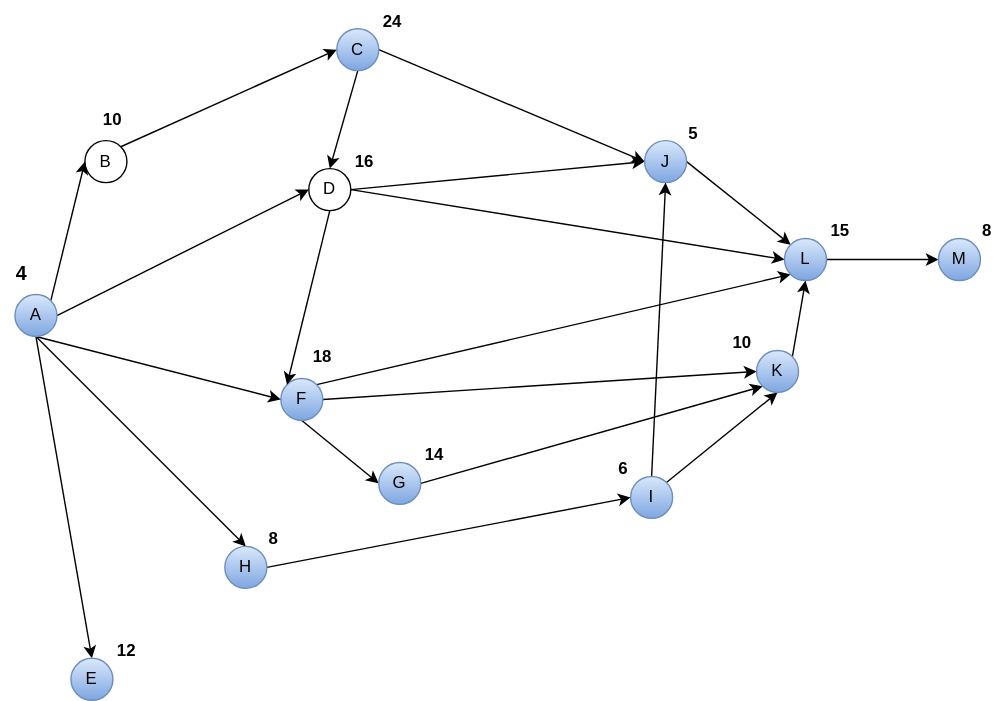
Earlier version of the draw.io export docs/pert-diagram.drawio.svg (Dominik-Bedekovic/fraud-detection-intelligence-system). Source tidied: cells renumbered, new cells last; positions are measured from the earlier drawing's top-left corner, leaving out a move shared by most shapes.
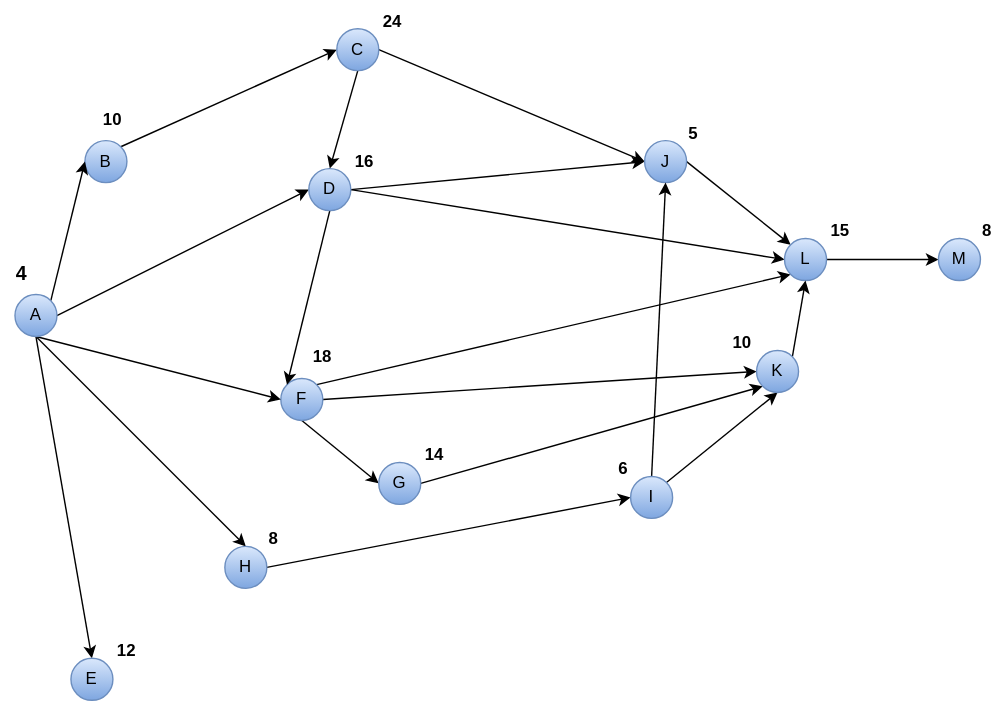
The same file after the commit.

Commit message:
Fixed the included pert diagram

Diff of the diagram source:
```diff
@@ -17,7 +17,7 @@
     <mxCell id="6" style="edgeStyle=none;rounded=0;jettySize=auto;html=1;exitX=1;exitY=0;exitDx=0;exitDy=0;entryX=0;entryY=0.5;entryDx=0;entryDy=0;" parent="1" edge="1" source="7" target="20">
       <mxGeometry relative="1" as="geometry" />
     </mxCell>
-    <mxCell id="7" value="B" style="ellipse;whiteSpace=wrap;html=1;" parent="1" vertex="1">
+    <mxCell id="7" value="B" style="ellipse;whiteSpace=wrap;html=1;fillColor=#dae8fc;gradientColor=#7ea6e0;strokeColor=#6c8ebf;" parent="1" vertex="1">
       <mxGeometry x="60" y="100" width="30" height="30" as="geometry" />
     </mxCell>
     <mxCell id="8" style="edgeStyle=none;rounded=0;jettySize=auto;html=1;exitX=1;exitY=0;exitDx=0;exitDy=0;entryX=0;entryY=0.5;entryDx=0;entryDy=0;" parent="1" edge="1" source="13" target="7">
@@ -47,7 +47,7 @@
     <mxCell id="16" style="edgeStyle=none;rounded=0;jettySize=auto;html=1;exitX=1;exitY=0.5;exitDx=0;exitDy=0;entryX=0;entryY=0.5;entryDx=0;entryDy=0;" parent="1" edge="1" source="17" target="27">
       <mxGeometry relative="1" as="geometry" />
     </mxCell>
-    <mxCell id="17" value="D" style="ellipse;whiteSpace=wrap;html=1;" parent="1" vertex="1">
+    <mxCell id="17" value="D" style="ellipse;whiteSpace=wrap;html=1;fillColor=#dae8fc;gradientColor=#7ea6e0;strokeColor=#6c8ebf;" parent="1" vertex="1">
       <mxGeometry x="220" y="120" width="30" height="30" as="geometry" />
     </mxCell>
     <mxCell id="18" style="edgeStyle=none;rounded=0;jettySize=auto;html=1;exitX=0.5;exitY=1;exitDx=0;exitDy=0;entryX=0.5;entryY=0;entryDx=0;entryDy=0;" parent="1" edge="1" source="20" target="17">
```
